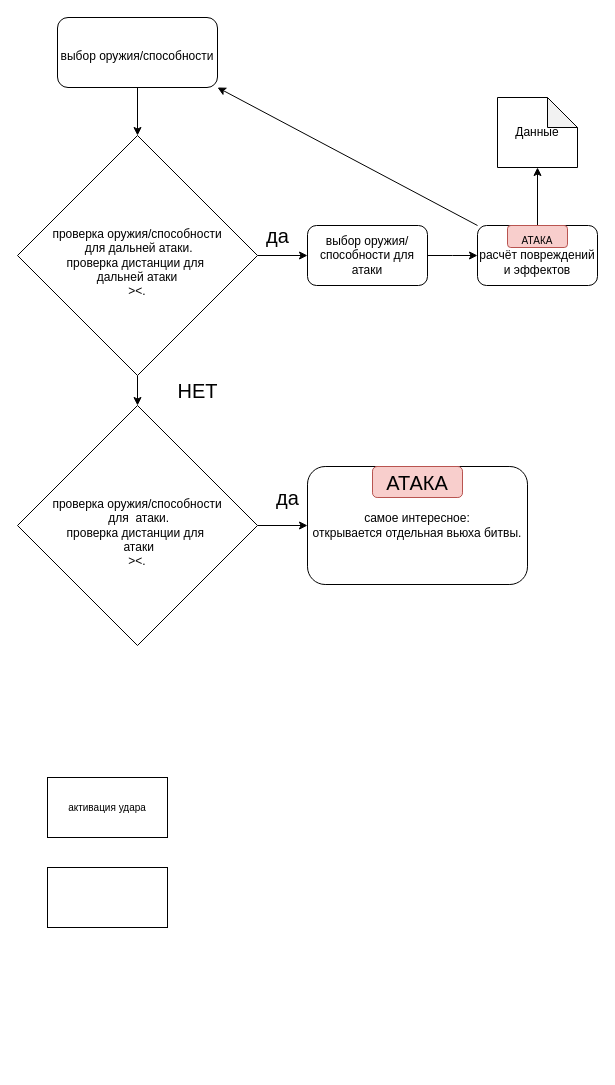
Earlier version of the draw.io diagram page "Боевая модель" (6 of 14) of Architecture.drawio (PhoenixVRN/Mafia). Source tidied: cells renumbered, new cells numbered last; positions are measured from the earlier drawing's top-left corner, leaving out a move shared by most shapes. Both pictures are drawn from the tidied source at 100%, with x=0, y=0 at pixel (17, 17).
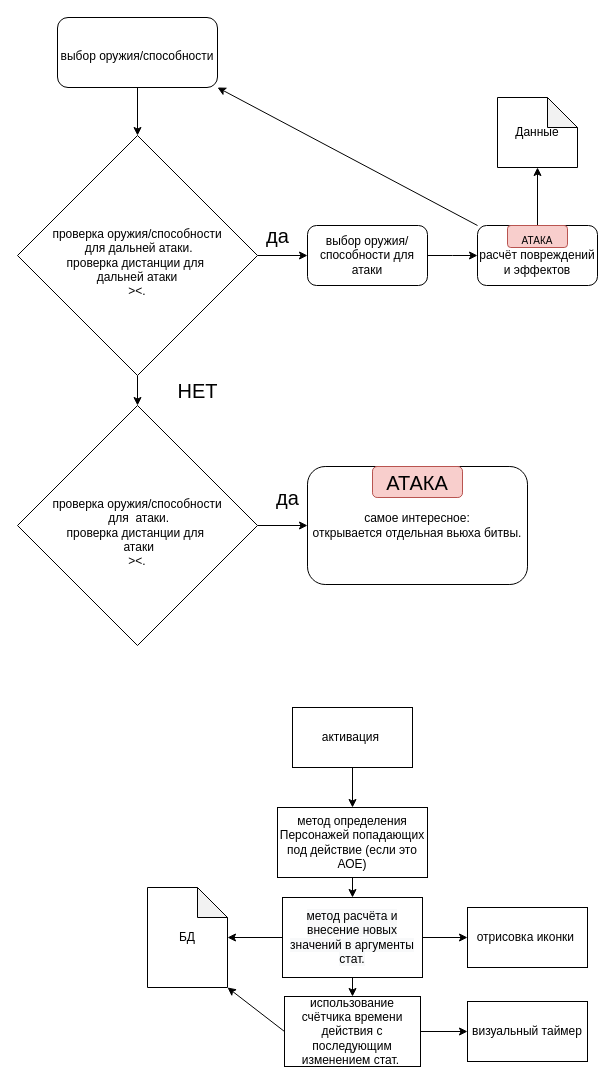
Above is the later version.

What changed in the source:
```diff
@@
+    <mxCell id="23" style="edgeStyle=orthogonalEdgeStyle;rounded=0;jettySize=auto;html=1;exitX=0.5;exitY=1;exitDx=0;exitDy=0;entryX=0.5;entryY=0;entryDx=0;entryDy=0;fontSize=11;" parent="1" edge="1" source="21" target="25">
+      <mxGeometry relative="1" as="geometry" />
+    </mxCell>
-    <mxCell id="21" value="активация удара" style="rounded=0;whiteSpace=wrap;html=1;fontSize=10;" parent="1" vertex="1">
-      <mxGeometry x="30" y="760" width="120" height="60" as="geometry" />
+    <mxCell id="21" value="&lt;font style=&quot;font-size: 12px&quot;&gt;активация&amp;nbsp;&lt;/font&gt;" style="rounded=0;whiteSpace=wrap;html=1;fontSize=11;" parent="1" vertex="1">
+      <mxGeometry x="275" y="690" width="120" height="60" as="geometry" />
     </mxCell>
-    <mxCell id="22" style="rounded=0;whiteSpace=wrap;html=1;fontSize=10;" parent="1" vertex="1">
-      <mxGeometry x="30" y="850" width="120" height="60" as="geometry" />
-    </mxCell>
+    <mxCell id="24" style="edgeStyle=orthogonalEdgeStyle;rounded=0;jettySize=auto;html=1;exitX=0.5;exitY=1;exitDx=0;exitDy=0;entryX=0.5;entryY=0;entryDx=0;entryDy=0;fontSize=12;" parent="1" edge="1" source="25" target="29">
+      <mxGeometry relative="1" as="geometry" />
+    </mxCell>
+    <mxCell id="25" value="&lt;span style=&quot;font-size: 12px&quot;&gt;метод определения Персонажей попадающих под действие (если это АОЕ)&lt;/span&gt;" style="rounded=0;whiteSpace=wrap;html=1;fontSize=10;" parent="1" vertex="1">
+      <mxGeometry x="260" y="790" width="150" height="70" as="geometry" />
+    </mxCell>
+    <mxCell id="26" style="edgeStyle=orthogonalEdgeStyle;rounded=0;jettySize=auto;html=1;exitX=1;exitY=0.5;exitDx=0;exitDy=0;entryX=0;entryY=0.5;entryDx=0;entryDy=0;fontSize=12;" parent="1" edge="1" source="29" target="30">
+      <mxGeometry relative="1" as="geometry" />
+    </mxCell>
+    <mxCell id="27" style="edgeStyle=orthogonalEdgeStyle;rounded=0;jettySize=auto;html=1;exitX=0;exitY=0.5;exitDx=0;exitDy=0;fontSize=12;" parent="1" edge="1" source="29" target="31">
+      <mxGeometry relative="1" as="geometry" />
+    </mxCell>
+    <mxCell id="28" style="edgeStyle=orthogonalEdgeStyle;rounded=0;jettySize=auto;html=1;exitX=0.5;exitY=1;exitDx=0;exitDy=0;entryX=0.5;entryY=0;entryDx=0;entryDy=0;fontSize=12;" parent="1" edge="1" source="29" target="33">
+      <mxGeometry relative="1" as="geometry" />
+    </mxCell>
+    <mxCell id="29" value="&#10;&#10;&lt;span style=&quot;color: rgb(0, 0, 0); font-family: helvetica; font-size: 12px; font-style: normal; font-weight: 400; letter-spacing: normal; text-align: center; text-indent: 0px; text-transform: none; word-spacing: 0px; background-color: rgb(248, 249, 250); display: inline; float: none;&quot;&gt;метод расчёта и внесение новых значений в аргументы стат.&lt;/span&gt;&lt;br style=&quot;color: rgb(0, 0, 0); font-family: helvetica; font-size: 12px; font-style: normal; font-weight: 400; letter-spacing: normal; text-align: center; text-indent: 0px; text-transform: none; word-spacing: 0px; background-color: rgb(248, 249, 250);&quot;&gt;&#10;&#10;" style="rounded=0;whiteSpace=wrap;html=1;fontSize=12;" parent="1" vertex="1">
+      <mxGeometry x="265" y="880" width="140" height="80" as="geometry" />
+    </mxCell>
+    <mxCell id="30" value="отрисовка иконки&amp;nbsp;" style="rounded=0;whiteSpace=wrap;html=1;fontSize=12;" parent="1" vertex="1">
+      <mxGeometry x="450" y="890" width="120" height="60" as="geometry" />
+    </mxCell>
+    <mxCell id="31" value="БД" style="shape=note;whiteSpace=wrap;html=1;backgroundOutline=1;darkOpacity=0.05;fontSize=12;" parent="1" vertex="1">
+      <mxGeometry x="130" y="870" width="80" height="100" as="geometry" />
+    </mxCell>
+    <mxCell id="32" style="edgeStyle=orthogonalEdgeStyle;rounded=0;jettySize=auto;html=1;exitX=1;exitY=0.5;exitDx=0;exitDy=0;entryX=0;entryY=0.5;entryDx=0;entryDy=0;fontSize=12;" parent="1" edge="1" source="33" target="34">
+      <mxGeometry relative="1" as="geometry" />
+    </mxCell>
+    <mxCell id="33" value="&lt;font style=&quot;font-size: 12px&quot;&gt;использование счётчика времени действия с последующим изменением стат.&amp;nbsp;&lt;/font&gt;" style="rounded=0;whiteSpace=wrap;html=1;fontSize=12;" parent="1" vertex="1">
+      <mxGeometry x="267" y="979" width="136" height="70" as="geometry" />
+    </mxCell>
+    <mxCell id="34" value="визуальный таймер" style="rounded=0;whiteSpace=wrap;html=1;fontSize=12;" parent="1" vertex="1">
+      <mxGeometry x="450" y="984" width="120" height="60" as="geometry" />
+    </mxCell>
+    <mxCell id="35" style="endArrow=classic;html=1;fontSize=12;exitX=0;exitY=0.5;exitDx=0;exitDy=0;entryX=1;entryY=1;entryDx=0;entryDy=0;entryPerimeter=0;" parent="1" edge="1" source="33" target="31">
+      <mxGeometry relative="1" as="geometry" />
+    </mxCell>
```
